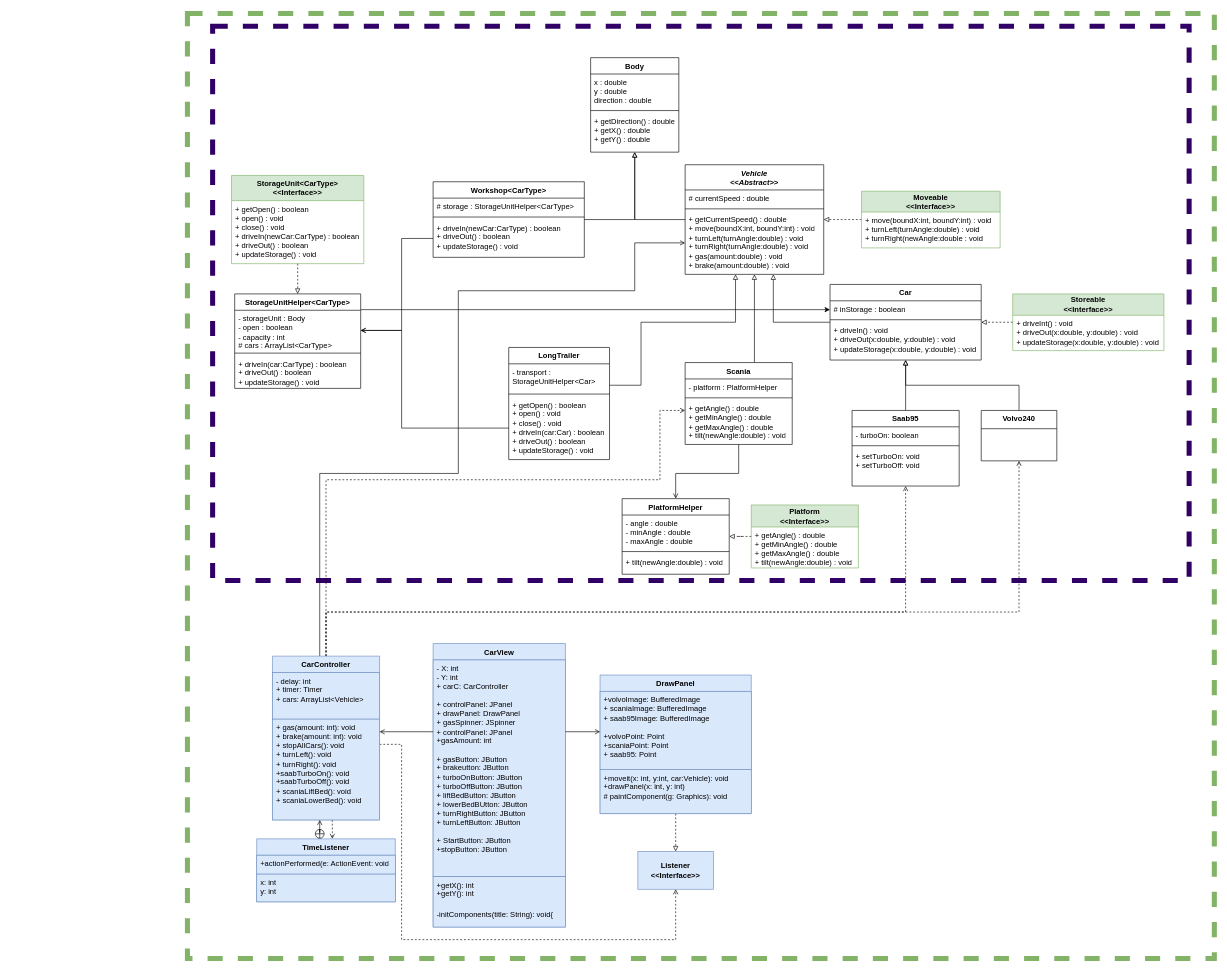
Above: Labb3post.drawio in ErikFogelstrand/lab1-riktig (draw.io), before the change. Source tidied: cells renumbered, new cells numbered last; positions are measured from the earlier drawing's top-left corner, leaving out a move shared by most shapes. Both pictures are drawn from the tidied source at 63%, with x=0, y=0 at pixel (187, 13).
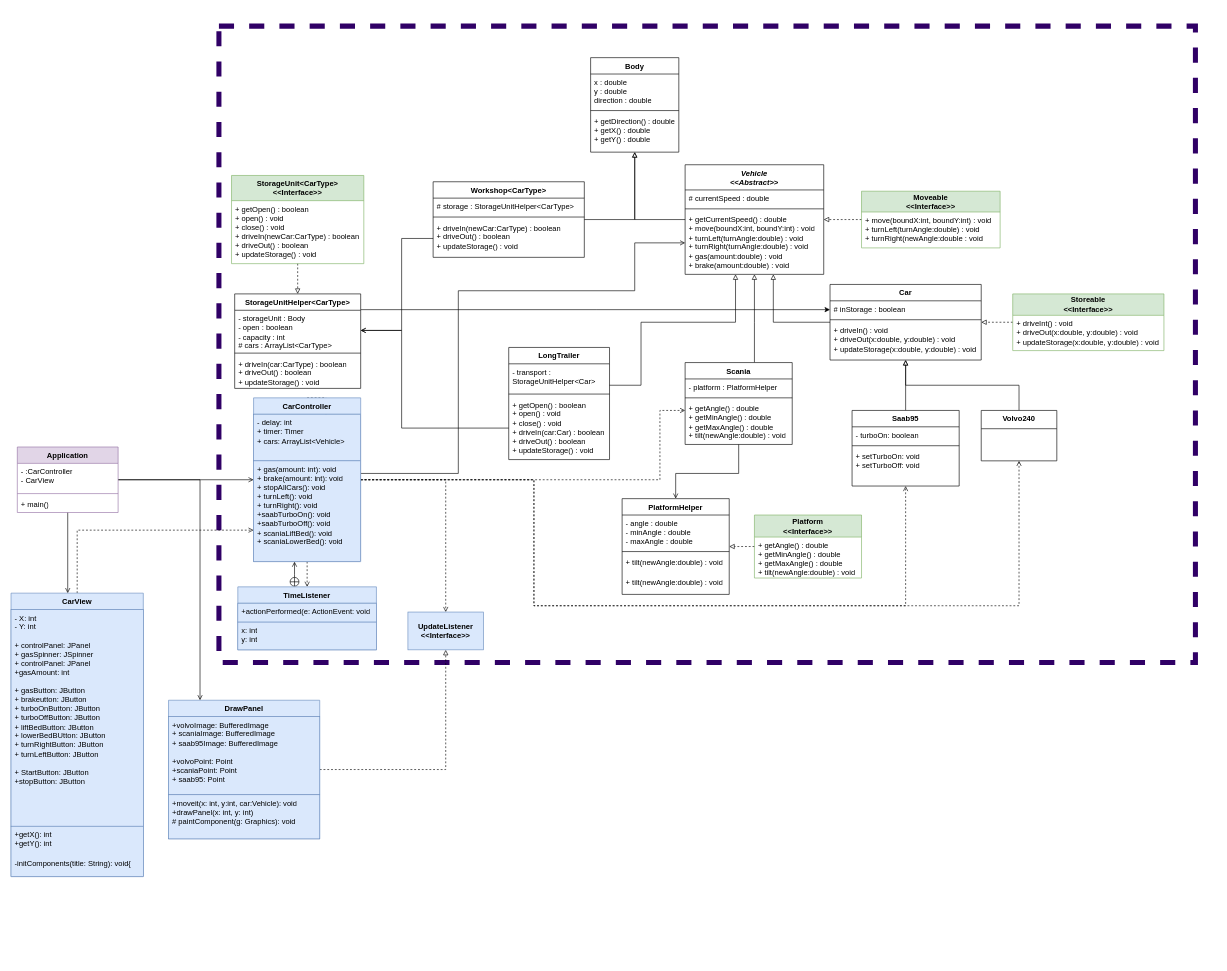
Above is the later version.

Unchanged cells that the change refers to:
```xml
<mxCell id="21" value="&lt;div&gt;+ gas(amount: int): void&lt;/div&gt;&lt;div&gt;+ brake(amount: int): void&lt;/div&gt;&lt;div&gt;+ stopAllCars(): void&lt;/div&gt;&lt;div&gt;+ turnLeft(): void&lt;/div&gt;&lt;div&gt;+ turnRight(): void&lt;/div&gt;&lt;div&gt;+saabTurboOn(): void&lt;br&gt;&lt;/div&gt;&lt;div&gt;+saabTurboOff(): void&lt;br&gt;&lt;/div&gt;&lt;div&gt;+ scaniaLiftBed(): void&lt;/div&gt;&lt;div&gt;+ scaniaLowerBed(): void&lt;br&gt;&lt;/div&gt;&lt;div&gt;&lt;br&gt;&lt;/div&gt;" style="text;strokeColor=#6c8ebf;fillColor=#dae8fc;align=left;verticalAlign=top;spacingLeft=4;spacingRight=4;overflow=hidden;points=[[0,0.5],[1,0.5]];portConstraint=eastwest;whiteSpace=wrap;html=1;" parent="19" vertex="1">
  <mxGeometry y="100" width="170" height="160" as="geometry" />
</mxCell>
<mxCell id="34" value="&lt;div&gt;Saab95&lt;/div&gt;" style="swimlane;fontStyle=1;align=center;verticalAlign=top;horizontal=1;startSize=26;whiteSpace=wrap;html=1;" parent="1" vertex="1">
  <mxGeometry x="1055" y="630" width="170" height="120" as="geometry" />
</mxCell>
<mxCell id="39" value="&lt;div&gt;Volvo240&lt;/div&gt;" style="swimlane;fontStyle=1;align=center;verticalAlign=top;horizontal=1;startSize=29;whiteSpace=wrap;html=1;" parent="1" vertex="1">
  <mxGeometry x="1260" y="630" width="120" height="80" as="geometry" />
</mxCell>
```

Diff of the diagram source:
```diff
@@
-    <mxCell id="2" style="rounded=0;whiteSpace=wrap;html=1;fillColor=none;strokeColor=#82b366;dashed=1;strokeWidth=8;" parent="1" vertex="1">
-      <mxGeometry width="1630" height="1500" as="geometry" />
-    </mxCell>
     <mxCell id="3" style="rounded=0;whiteSpace=wrap;html=1;dashed=1;strokeWidth=8;fillColor=none;fontColor=#333333;strokeColor=#300066;" parent="1" vertex="1">
-      <mxGeometry x="40" y="20" width="1550" height="880" as="geometry" />
+      <mxGeometry x="50" y="20" width="1550" height="1010" as="geometry" />
     </mxCell>
@@
-    <mxCell id="13" style="edgeStyle=orthogonalEdgeStyle;rounded=0;jettySize=auto;html=1;endArrow=open;endFill=0;dashed=1;" parent="1" edge="1" source="19" target="34">
+    <mxCell id="13" style="edgeStyle=orthogonalEdgeStyle;rounded=0;jettySize=auto;html=1;endArrow=open;endFill=0;dashed=1;exitX=1;exitY=0.5;exitDx=0;exitDy=0;" parent="1" edge="1" source="19" target="34">
       <mxGeometry relative="1" as="geometry">
         <Array as="points">
-          <mxPoint x="220" y="950" />
-          <mxPoint x="1140" y="950" />
+          <mxPoint x="550" y="740" />
+          <mxPoint x="550" y="940" />
+          <mxPoint x="1140" y="940" />
         </Array>
       </mxGeometry>
     </mxCell>
@@
-    <mxCell id="16" style="edgeStyle=orthogonalEdgeStyle;rounded=0;jettySize=auto;html=1;dashed=1;endArrow=open;endFill=0;" parent="1" edge="1" source="19" target="39">
+    <mxCell id="16" style="edgeStyle=orthogonalEdgeStyle;rounded=0;jettySize=auto;html=1;dashed=1;endArrow=open;endFill=0;exitX=1;exitY=0.5;exitDx=0;exitDy=0;" parent="1" edge="1" source="19" target="39">
       <mxGeometry relative="1" as="geometry">
         <Array as="points">
-          <mxPoint x="220" y="950" />
-          <mxPoint x="1320" y="950" />
+          <mxPoint x="550" y="740" />
+          <mxPoint x="550" y="940" />
+          <mxPoint x="1320" y="940" />
         </Array>
       </mxGeometry>
     </mxCell>
     <mxCell id="17" style="edgeStyle=orthogonalEdgeStyle;rounded=0;jettySize=auto;html=1;endArrow=open;endFill=0;dashed=1;" parent="1" edge="1" source="19" target="66">
-      <mxGeometry relative="1" as="geometry">
-        <Array as="points">
-          <mxPoint x="230" y="1300" />
-          <mxPoint x="230" y="1300" />
-        </Array>
-      </mxGeometry>
+      <mxGeometry relative="1" as="geometry" />
     </mxCell>
-    <mxCell id="18" style="edgeStyle=orthogonalEdgeStyle;rounded=0;jettySize=auto;html=1;endArrow=open;endFill=0;dashed=1;" parent="1" edge="1" source="19" target="86">
+    <mxCell id="18" style="edgeStyle=orthogonalEdgeStyle;rounded=0;jettySize=auto;html=1;dashed=1;endArrow=open;endFill=0;" parent="1" edge="1" source="19" target="86">
       <mxGeometry relative="1" as="geometry">
         <Array as="points">
-          <mxPoint x="340" y="1160" />
-          <mxPoint x="340" y="1470" />
-          <mxPoint x="775" y="1470" />
+          <mxPoint x="410" y="740" />
         </Array>
       </mxGeometry>
     </mxCell>
     <mxCell id="19" value="CarController" style="swimlane;fontStyle=1;align=center;verticalAlign=top;horizontal=1;startSize=26;whiteSpace=wrap;html=1;fillColor=#dae8fc;strokeColor=#6c8ebf;" parent="1" vertex="1">
-      <mxGeometry x="135" y="1020" width="170" height="260" as="geometry" />
+      <mxGeometry x="105" y="610" width="170" height="260" as="geometry" />
     </mxCell>
@@
+    <mxCell id="87" style="edgeStyle=orthogonalEdgeStyle;rounded=0;jettySize=auto;html=1;endArrow=open;endFill=0;dashed=1;" parent="1" edge="1" source="22" target="19">
+      <mxGeometry relative="1" as="geometry">
+        <Array as="points">
+          <mxPoint x="-175" y="820" />
+        </Array>
+      </mxGeometry>
+    </mxCell>
     <mxCell id="22" value="CarView" style="swimlane;fontStyle=1;align=center;verticalAlign=top;horizontal=1;startSize=26;whiteSpace=wrap;html=1;fillColor=#dae8fc;strokeColor=#6c8ebf;" parent="1" vertex="1">
-      <mxGeometry x="390" y="1000" width="210" height="450" as="geometry" />
+      <mxGeometry x="-280" y="920" width="210" height="450" as="geometry" />
     </mxCell>
-    <mxCell id="23" value="&lt;div&gt;- X: int&lt;/div&gt;&lt;div&gt;- Y: int&lt;br&gt;&lt;/div&gt;&lt;div&gt;+ carC: CarController&lt;/div&gt;&lt;br&gt;&lt;div&gt;+ controlPanel: JPanel&lt;br&gt;&lt;/div&gt;&lt;div&gt;+ drawPanel: DrawPanel&lt;/div&gt;&lt;div&gt;+ gasSpinner: JSpinner&lt;br&gt;&lt;/div&gt;&lt;div&gt;+ controlPanel: JPanel&lt;br&gt;&lt;/div&gt;&lt;div&gt;+gasAmount: int&lt;br&gt;&lt;/div&gt;&lt;div&gt;&lt;div&gt;&lt;br&gt;&lt;/div&gt;&lt;div&gt;+ gasButton: JButton&lt;/div&gt;&lt;div&gt;+ brakeutton: JButton&lt;/div&gt;&lt;/div&gt;&lt;div&gt;+ turboOnButton: JButton&lt;/div&gt;&lt;div&gt;+ turboOffButton: JButton&lt;/div&gt;&lt;div&gt;+ liftBedButton: JButton&lt;/div&gt;&lt;div&gt;+ lowerBedBUtton: JButton&lt;/div&gt;&lt;div&gt;+ turnRightButton: JButton &lt;br&gt;&lt;/div&gt;&lt;div&gt;+ turnLeftButton: JButton &lt;br&gt;&lt;/div&gt;&lt;div&gt;&lt;br&gt;&lt;/div&gt;&lt;div&gt;+ StartButton: JButton&lt;/div&gt;&lt;div&gt;+stopButton: JButton&lt;br&gt;&lt;/div&gt;&lt;div&gt;&lt;br&gt;&lt;/div&gt;" style="text;strokeColor=#6c8ebf;fillColor=#dae8fc;align=left;verticalAlign=top;spacingLeft=4;spacingRight=4;overflow=hidden;points=[[0,0.5],[1,0.5]];portConstraint=eastwest;whiteSpace=wrap;html=1;" parent="22" vertex="1">
+    <mxCell id="23" value="&lt;div&gt;- X: int&lt;/div&gt;&lt;div&gt;- Y: int&lt;/div&gt;&lt;br&gt;&lt;div&gt;+ controlPanel: JPanel&lt;/div&gt;&lt;div&gt;+ gasSpinner: JSpinner&lt;br&gt;&lt;/div&gt;&lt;div&gt;+ controlPanel: JPanel&lt;br&gt;&lt;/div&gt;&lt;div&gt;+gasAmount: int&lt;br&gt;&lt;/div&gt;&lt;div&gt;&lt;div&gt;&lt;br&gt;&lt;/div&gt;&lt;div&gt;+ gasButton: JButton&lt;/div&gt;&lt;div&gt;+ brakeutton: JButton&lt;/div&gt;&lt;/div&gt;&lt;div&gt;+ turboOnButton: JButton&lt;/div&gt;&lt;div&gt;+ turboOffButton: JButton&lt;/div&gt;&lt;div&gt;+ liftBedButton: JButton&lt;/div&gt;&lt;div&gt;+ lowerBedBUtton: JButton&lt;/div&gt;&lt;div&gt;+ turnRightButton: JButton &lt;br&gt;&lt;/div&gt;&lt;div&gt;+ turnLeftButton: JButton &lt;br&gt;&lt;/div&gt;&lt;div&gt;&lt;br&gt;&lt;/div&gt;&lt;div&gt;+ StartButton: JButton&lt;/div&gt;&lt;div&gt;+stopButton: JButton&lt;br&gt;&lt;/div&gt;&lt;div&gt;&lt;br&gt;&lt;/div&gt;" style="text;strokeColor=#6c8ebf;fillColor=#dae8fc;align=left;verticalAlign=top;spacingLeft=4;spacingRight=4;overflow=hidden;points=[[0,0.5],[1,0.5]];portConstraint=eastwest;whiteSpace=wrap;html=1;" parent="22" vertex="1">
       <mxGeometry y="26" width="210" height="344" as="geometry" />
     </mxCell>
@@
     <mxCell id="25" style="edgeStyle=orthogonalEdgeStyle;rounded=0;jettySize=auto;html=1;endArrow=block;endFill=0;dashed=1;" parent="1" edge="1" source="26" target="86">
-      <mxGeometry relative="1" as="geometry" />
+      <mxGeometry relative="1" as="geometry">
+        <Array as="points">
+          <mxPoint x="410" y="1200" />
+        </Array>
+      </mxGeometry>
     </mxCell>
     <mxCell id="26" value="DrawPanel" style="swimlane;fontStyle=1;align=center;verticalAlign=top;horizontal=1;startSize=26;whiteSpace=wrap;html=1;fillColor=#dae8fc;strokeColor=#6c8ebf;" parent="1" vertex="1">
-      <mxGeometry x="655" y="1050" width="240" height="220" as="geometry" />
+      <mxGeometry x="-30" y="1090" width="240" height="220" as="geometry" />
     </mxCell>
@@
     <mxCell id="29" value="PlatformHelper" style="swimlane;fontStyle=1;align=center;verticalAlign=top;horizontal=1;startSize=26;whiteSpace=wrap;html=1;" parent="1" vertex="1">
-      <mxGeometry x="690" y="770" width="170" height="120" as="geometry" />
+      <mxGeometry x="690" y="770" width="170" height="152" as="geometry" />
     </mxCell>
@@
+    <mxCell id="88" value="+ tilt(newAngle:double) : void" style="text;strokeColor=none;fillColor=none;align=left;verticalAlign=top;spacingLeft=4;spacingRight=4;overflow=hidden;whiteSpace=wrap;html=1;" parent="29" vertex="1">
+      <mxGeometry y="88" width="170" height="32" as="geometry" />
+    </mxCell>
     <mxCell id="32" value="+ tilt(newAngle:double) : void" style="text;strokeColor=none;fillColor=none;align=left;verticalAlign=top;spacingLeft=4;spacingRight=4;overflow=hidden;whiteSpace=wrap;html=1;" parent="29" vertex="1">
-      <mxGeometry y="88" width="170" height="32" as="geometry" />
+      <mxGeometry y="120" width="170" height="32" as="geometry" />
     </mxCell>
@@
+    <mxCell id="89" style="edgeStyle=orthogonalEdgeStyle;rounded=0;jettySize=auto;html=1;endArrow=open;endFill=0;startArrow=circlePlus;startFill=0;" parent="1" edge="1" source="66" target="21">
+      <mxGeometry relative="1" as="geometry">
+        <Array as="points">
+          <mxPoint x="170" y="890" />
+          <mxPoint x="170" y="890" />
+        </Array>
+      </mxGeometry>
+    </mxCell>
     <mxCell id="66" value="&lt;font face=&quot;Helvetica&quot;&gt;TimeListener &lt;/font&gt;" style="swimlane;fontStyle=1;align=center;verticalAlign=top;horizontal=1;startSize=26;whiteSpace=wrap;html=1;fillColor=#dae8fc;strokeColor=#6c8ebf;" parent="1" vertex="1">
-      <mxGeometry x="110" y="1310" width="220" height="100" as="geometry" />
+      <mxGeometry x="80" y="910" width="220" height="100" as="geometry" />
     </mxCell>
@@
     <mxCell id="70" value="&lt;b&gt;Platform&lt;br&gt;&amp;lt;&amp;lt;Interface&amp;gt;&amp;gt;&lt;br&gt;&lt;/b&gt;" style="swimlane;fontStyle=0;horizontal=1;startSize=35;fillColor=#d5e8d4;whiteSpace=wrap;html=1;strokeColor=#82b366;" parent="1" vertex="1">
-      <mxGeometry x="895" y="780" width="170" height="100" as="geometry" />
+      <mxGeometry x="900" y="796" width="170" height="100" as="geometry" />
     </mxCell>
@@
-    <mxCell id="81" style="edgeStyle=orthogonalEdgeStyle;rounded=0;jettySize=auto;html=1;endArrow=open;endFill=0;startArrow=circlePlus;startFill=0;" parent="1" edge="1" source="66" target="19">
-      <mxGeometry relative="1" as="geometry">
-        <Array as="points">
-          <mxPoint x="210" y="1300" />
-          <mxPoint x="210" y="1300" />
-        </Array>
-      </mxGeometry>
-    </mxCell>
@@
-    <mxCell id="84" style="edgeStyle=orthogonalEdgeStyle;rounded=0;jettySize=auto;html=1;endArrow=open;endFill=0;" parent="1" edge="1" source="23" target="19">
-      <mxGeometry relative="1" as="geometry">
-        <Array as="points">
-          <mxPoint x="380" y="1140" />
-          <mxPoint x="380" y="1140" />
-        </Array>
-      </mxGeometry>
-    </mxCell>
-    <mxCell id="85" style="edgeStyle=orthogonalEdgeStyle;rounded=0;jettySize=auto;html=1;endArrow=open;endFill=0;" parent="1" edge="1" source="23" target="26">
-      <mxGeometry relative="1" as="geometry">
-        <Array as="points">
-          <mxPoint x="650" y="1140" />
-          <mxPoint x="650" y="1140" />
-        </Array>
-      </mxGeometry>
-    </mxCell>
-    <mxCell id="86" value="&lt;b&gt;Listener&lt;br&gt;&amp;lt;&amp;lt;Interface&amp;gt;&amp;gt;&lt;br&gt;&lt;/b&gt;" style="rounded=0;whiteSpace=wrap;html=1;fillColor=#dae8fc;strokeColor=#6c8ebf;" parent="1" vertex="1">
-      <mxGeometry x="715" y="1330" width="120" height="60" as="geometry" />
+    <mxCell id="86" value="&lt;b&gt;UpdateListener&lt;br&gt;&amp;lt;&amp;lt;Interface&amp;gt;&amp;gt;&lt;br&gt;&lt;/b&gt;" style="rounded=0;whiteSpace=wrap;html=1;fillColor=#dae8fc;strokeColor=#6c8ebf;" parent="1" vertex="1">
+      <mxGeometry x="350" y="950" width="120" height="60" as="geometry" />
     </mxCell>
+    <mxCell id="90" style="edgeStyle=orthogonalEdgeStyle;rounded=0;jettySize=auto;html=1;endArrow=open;endFill=0;" parent="1" edge="1" source="93" target="19">
+      <mxGeometry relative="1" as="geometry" />
+    </mxCell>
+    <mxCell id="91" style="edgeStyle=orthogonalEdgeStyle;rounded=0;jettySize=auto;html=1;endArrow=open;endFill=0;" parent="1" edge="1" source="93" target="22">
+      <mxGeometry relative="1" as="geometry">
+        <Array as="points">
+          <mxPoint x="-190" y="1250" />
+        </Array>
+      </mxGeometry>
+    </mxCell>
+    <mxCell id="92" style="edgeStyle=orthogonalEdgeStyle;rounded=0;jettySize=auto;html=1;endArrow=open;endFill=0;" parent="1" edge="1" source="93" target="26">
+      <mxGeometry relative="1" as="geometry">
+        <Array as="points">
+          <mxPoint x="20" y="740" />
+        </Array>
+      </mxGeometry>
+    </mxCell>
+    <mxCell id="93" value="Application" style="swimlane;fontStyle=1;align=center;verticalAlign=top;horizontal=1;startSize=26;whiteSpace=wrap;html=1;fillColor=#e1d5e7;strokeColor=#9673a6;" parent="1" vertex="1">
+      <mxGeometry x="-270" y="688" width="160" height="104" as="geometry" />
+    </mxCell>
+    <mxCell id="94" value="- :CarController&lt;br&gt;- CarView" style="text;strokeColor=none;fillColor=none;align=left;verticalAlign=top;spacingLeft=4;spacingRight=4;overflow=hidden;whiteSpace=wrap;html=1;" parent="93" vertex="1">
+      <mxGeometry y="26" width="160" height="44" as="geometry" />
+    </mxCell>
+    <mxCell id="95" style="line;strokeWidth=1;fillColor=none;align=left;verticalAlign=middle;spacingTop=-1;spacingLeft=3;spacingRight=3;labelPosition=right;strokeColor=inherit;" parent="93" vertex="1">
+      <mxGeometry y="70" width="160" height="8" as="geometry" />
+    </mxCell>
+    <mxCell id="96" value="+ main()" style="text;strokeColor=none;fillColor=none;align=left;verticalAlign=top;spacingLeft=4;spacingRight=4;overflow=hidden;whiteSpace=wrap;html=1;" parent="93" vertex="1">
+      <mxGeometry y="78" width="160" height="26" as="geometry" />
+    </mxCell>
```
